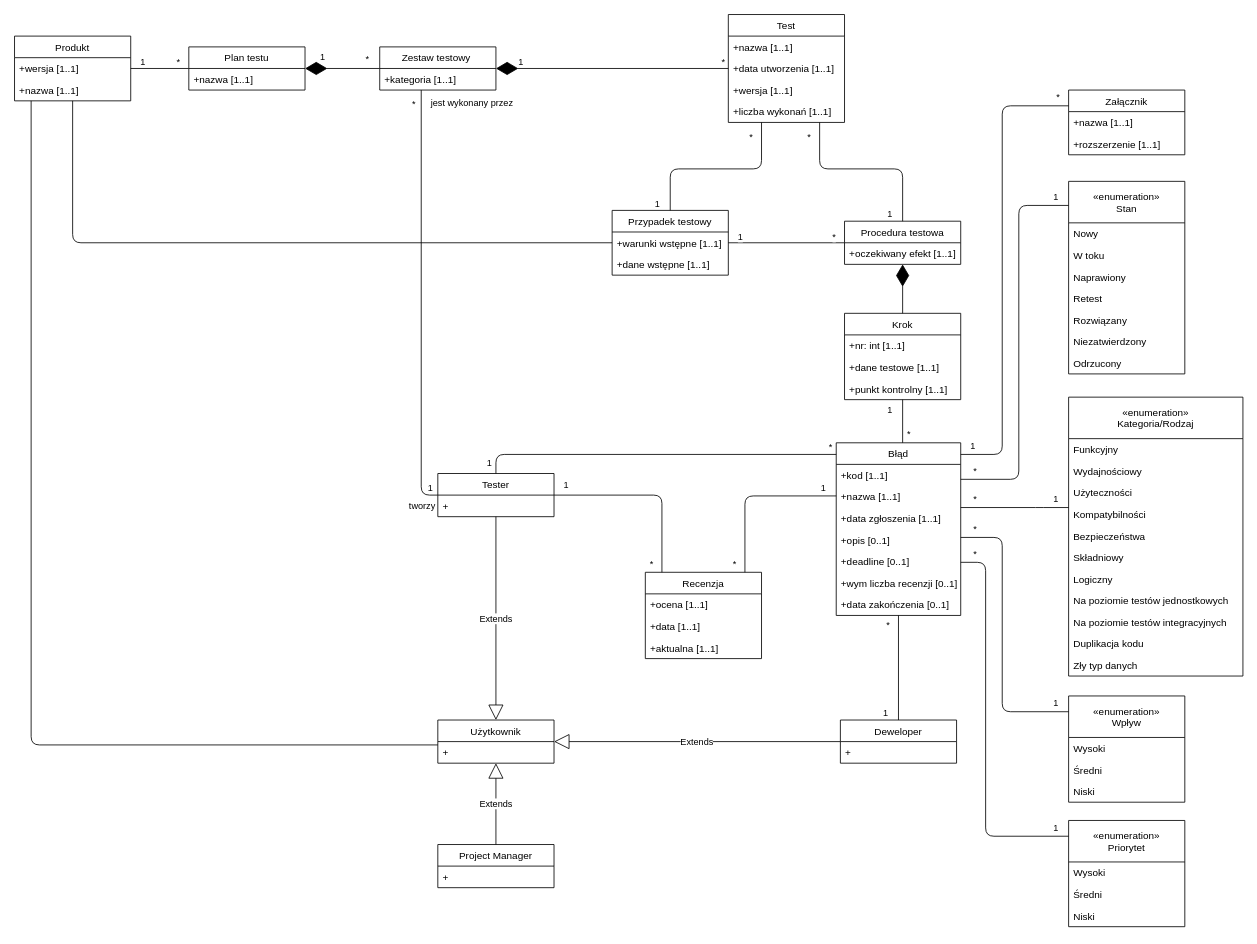
The draw.io diagram Diagram Klas.drawio in Nilphym/ZPI, before the edit. Source tidied: cells renumbered, new cells numbered last; positions are measured from the earlier drawing's top-left corner, leaving out a move shared by most shapes. Both pictures are drawn from the tidied source at 83%, with x=0, y=0 at pixel (14, 14).
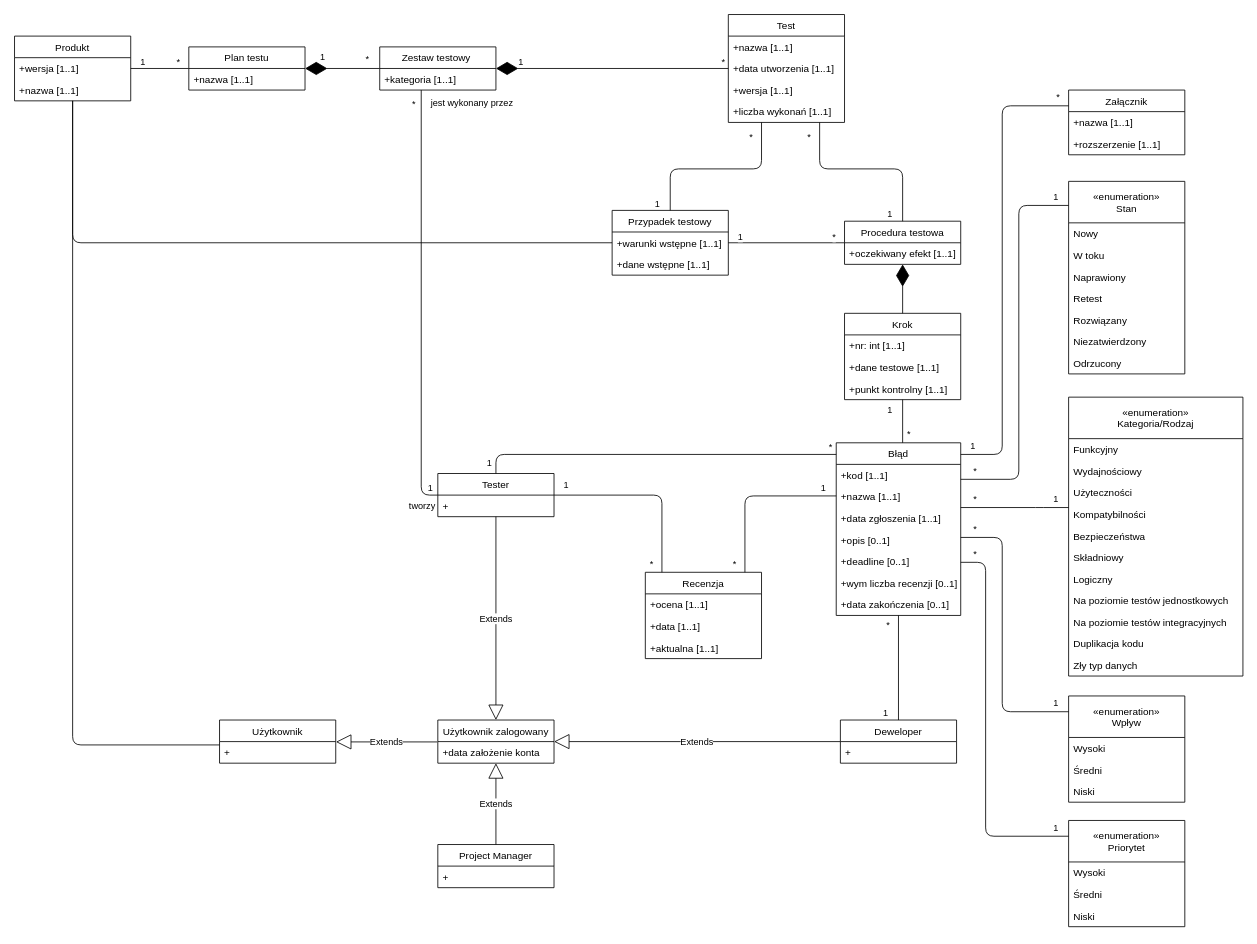
After the change.

The change refers to these unchanged cells:
```xml
<mxCell id="27" value="Produkt" style="swimlane;fontStyle=0;horizontal=1;startSize=26;fillColor=none;" parent="1" vertex="1">
  <mxGeometry y="26" width="140" height="78" as="geometry" />
</mxCell>
```

The edit, as a diff of the source:
```diff
@@
-    <mxCell id="42" value="Użytkownik" style="swimlane;fontStyle=0;horizontal=1;startSize=26;fillColor=none;" parent="1" vertex="1">
+    <mxCell id="42" value="Użytkownik zalogowany" style="swimlane;fontStyle=0;horizontal=1;startSize=26;fillColor=none;" parent="1" vertex="1">
       <mxGeometry x="510" y="850" width="140" height="52" as="geometry" />
     </mxCell>
-    <mxCell id="43" value="+" style="text;strokeColor=none;fillColor=none;align=left;verticalAlign=top;spacingLeft=4;spacingRight=4;overflow=hidden;points=[[0,0.5],[1,0.5]];portConstraint=eastwest;" parent="42" vertex="1">
+    <mxCell id="43" value="+data założenie konta" style="text;strokeColor=none;fillColor=none;align=left;verticalAlign=top;spacingLeft=4;spacingRight=4;overflow=hidden;points=[[0,0.5],[1,0.5]];portConstraint=eastwest;" parent="42" vertex="1">
       <mxGeometry y="26" width="140" height="26" as="geometry" />
     </mxCell>
@@
-    <mxCell id="132" style="endArrow=none;html=1;edgeStyle=orthogonalEdgeStyle;" parent="1" edge="1" source="42" target="27">
+    <mxCell id="132" style="endArrow=none;html=1;edgeStyle=orthogonalEdgeStyle;" parent="1" edge="1" source="134" target="27">
       <mxGeometry relative="1" as="geometry">
         <Array as="points">
-          <mxPoint x="20" y="880" />
+          <mxPoint x="70" y="880" />
         </Array>
       </mxGeometry>
     </mxCell>
+    <mxCell id="133" value="Użytkownik" style="swimlane;fontStyle=0;horizontal=1;startSize=26;fillColor=none;" parent="1" vertex="1">
+      <mxGeometry x="247" y="850" width="140" height="52" as="geometry" />
+    </mxCell>
+    <mxCell id="134" value="+" style="text;strokeColor=none;fillColor=none;align=left;verticalAlign=top;spacingLeft=4;spacingRight=4;overflow=hidden;points=[[0,0.5],[1,0.5]];portConstraint=eastwest;" parent="133" vertex="1">
+      <mxGeometry y="26" width="140" height="26" as="geometry" />
+    </mxCell>
+    <mxCell id="135" value="Extends" style="endArrow=block;endSize=16;endFill=0;html=1;edgeStyle=orthogonalEdgeStyle;entryX=1.002;entryY=0.014;entryDx=0;entryDy=0;entryPerimeter=0;exitX=-0.005;exitY=-0.021;exitDx=0;exitDy=0;exitPerimeter=0;" parent="1" edge="1" source="43" target="134">
+      <mxGeometry relative="1" as="geometry">
+        <Array as="points">
+          <mxPoint x="387" y="876" />
+        </Array>
+      </mxGeometry>
+    </mxCell>
```
